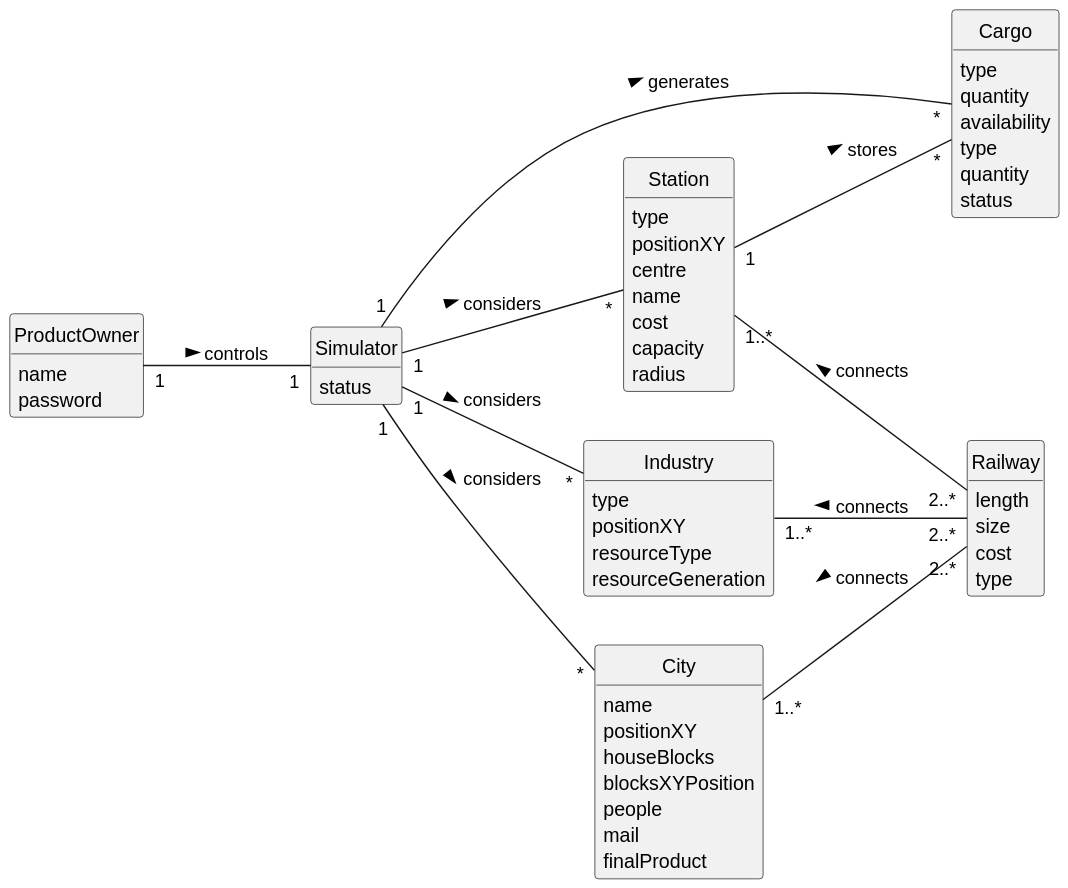
Earlier version of the PlantUML export Sprint2/US012/02.analysis/svg/US012-DM.svg (1240935/pi2-railway-simulator).
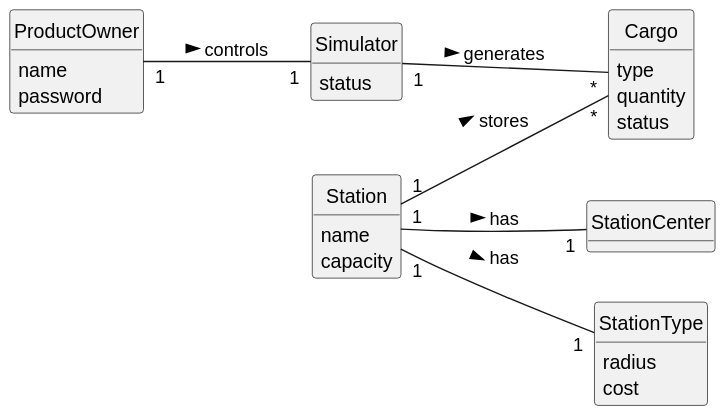
The same diagram one commit later.

The edit, as a diff of the source:
```diff
@@ -13,27 +13,17 @@
     password
 }
 
-class Cargo {
-    type
-    quantity
-    availability
+class Station {
+    name
+    capacity
 }
 
-class Industry {
-    type
-    positionXY
-    resourceType
-    resourceGeneration
+class StationCenter{
 }
 
-class Station {
-    type
-    positionXY
-    centre
-    name
+class StationType{
+    radius
     cost
-    capacity
-    radius
 }
 
 class Cargo {
@@ -42,22 +32,6 @@
     status
 }
 
-class City {
-    name
-    positionXY
-    houseBlocks
-    blocksXYPosition
-    people
-    mail
-    finalProduct
-}
-
-class Railway{
-    length
-    size
-    cost
-    type
-}
 
 class Simulator{
     status
@@ -65,11 +39,8 @@
 
 ProductOwner "1" -- "1" Simulator: controls >
 Simulator "1" -- "*" Cargo: generates >
-Simulator "1" -- "*" City: considers >
-Simulator "1" -- "*" Industry: considers >
-Simulator "1" -- "*" Station: considers >
+
+Station "1" -- "1" StationType: has >
+Station "1" -- "1" StationCenter: has >
 Station "1" -- "*" Cargo : stores >
-Station "1..*" -- "2..*" Railway : connects <
-City "1..*" -- "2..*" Railway : connects <
-Industry "1..*" -- "2..*" Railway : connects <
 @enduml
```
